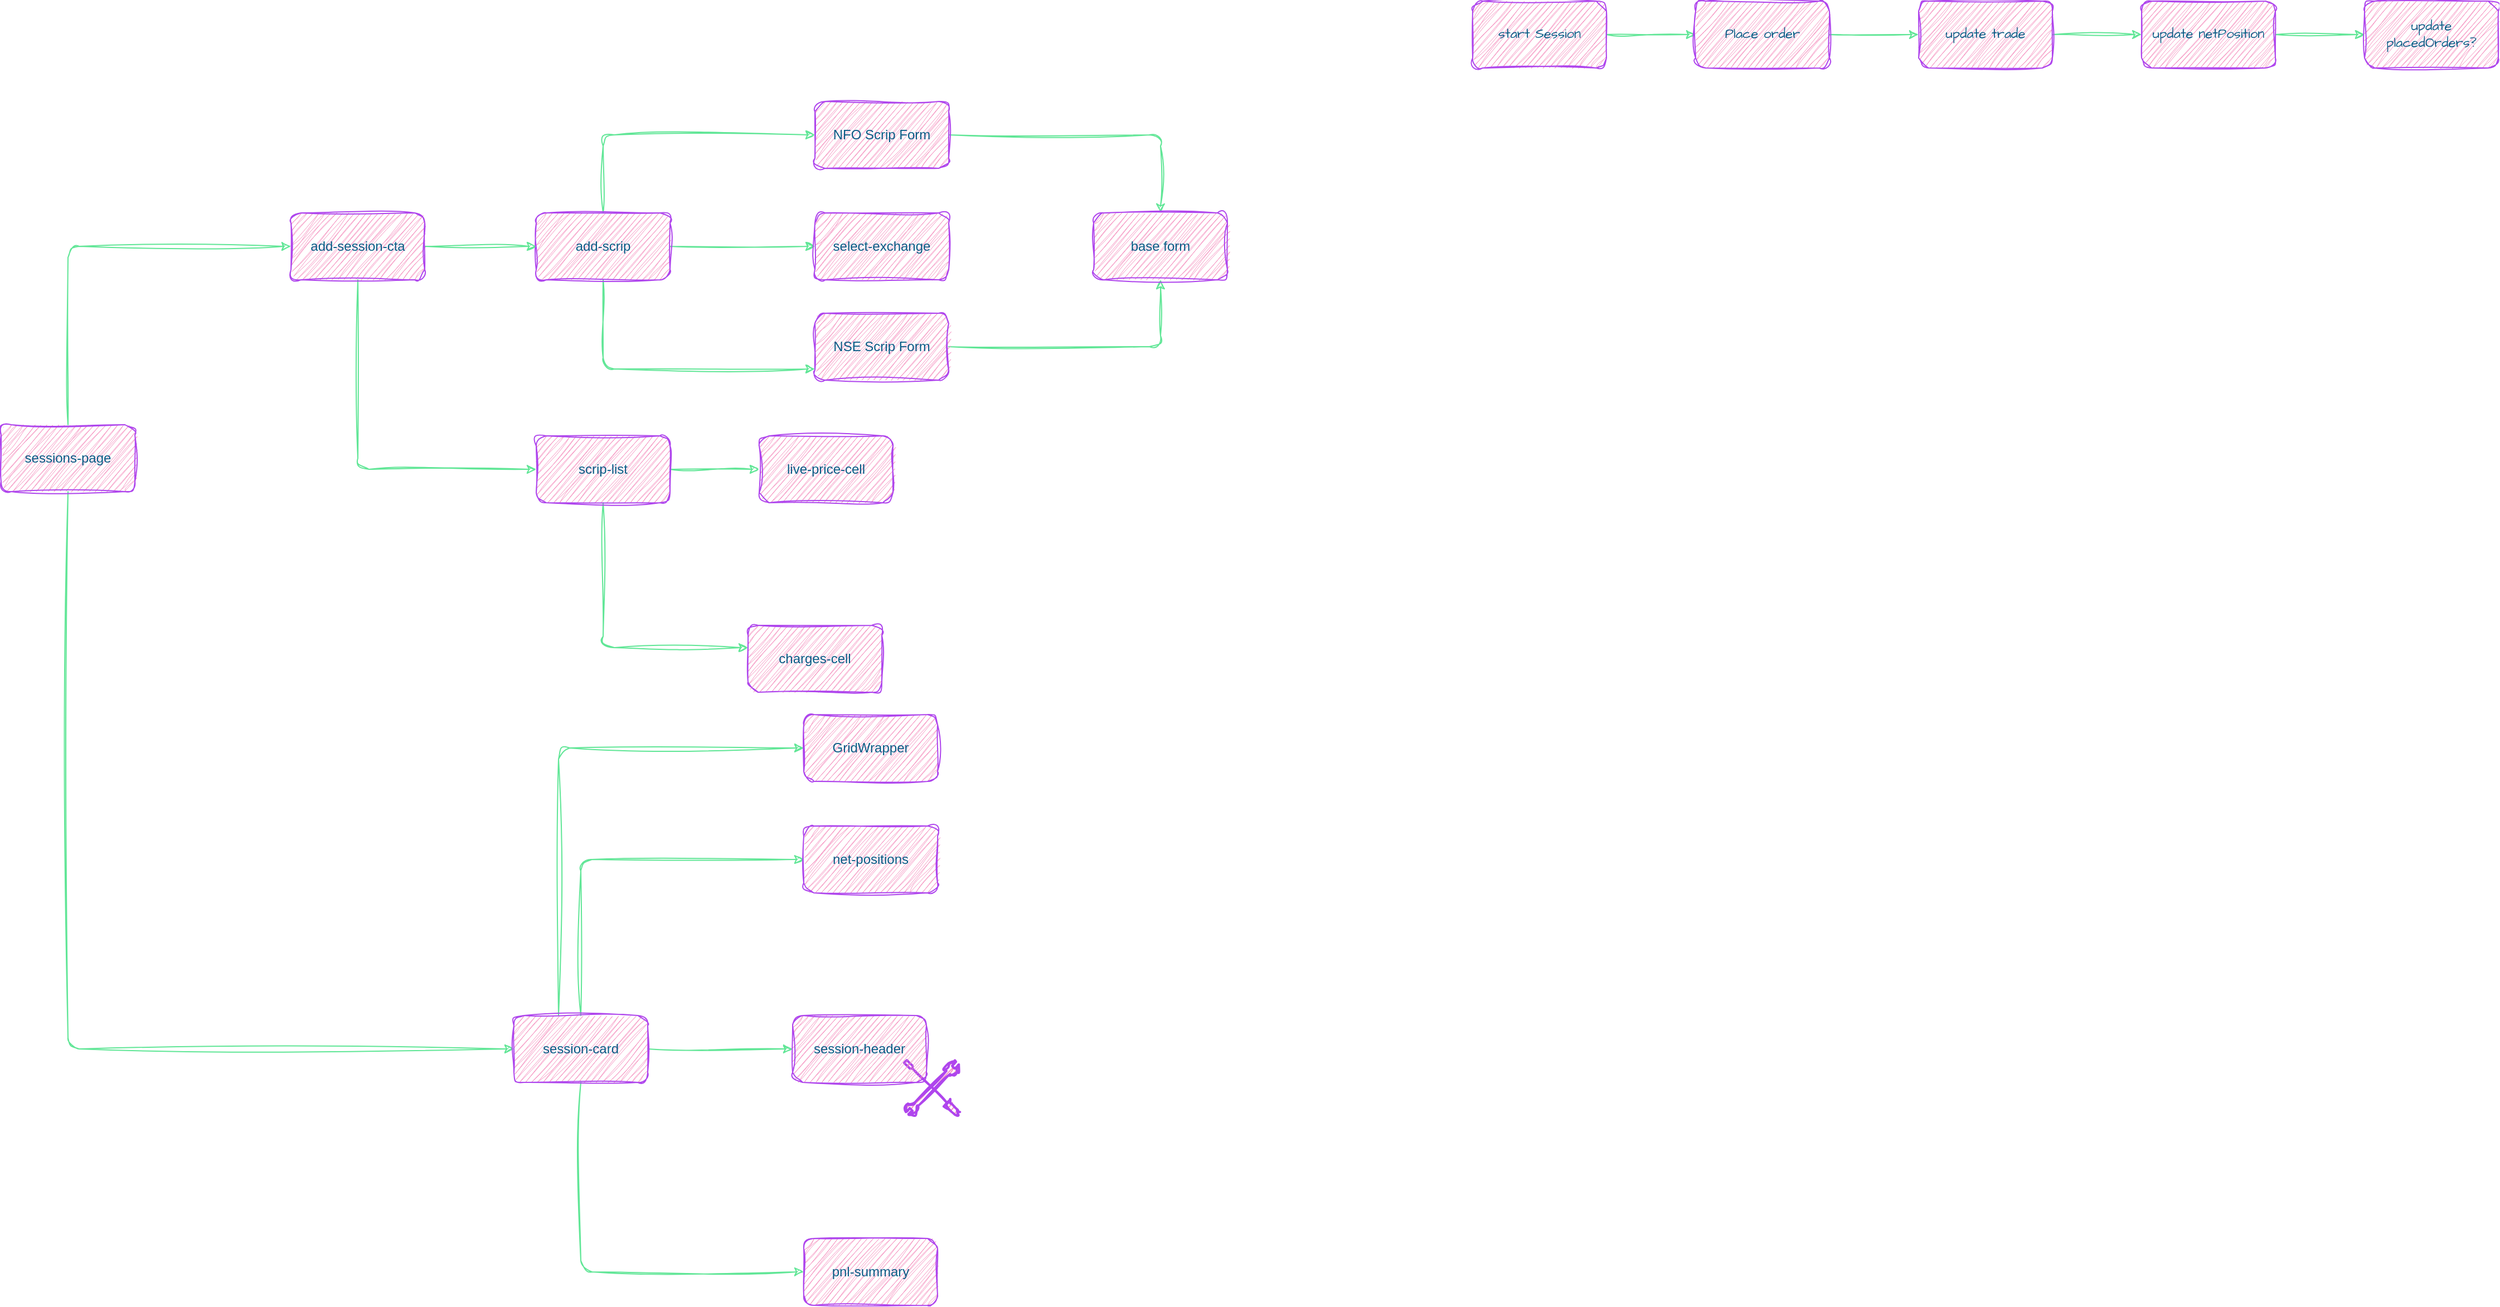
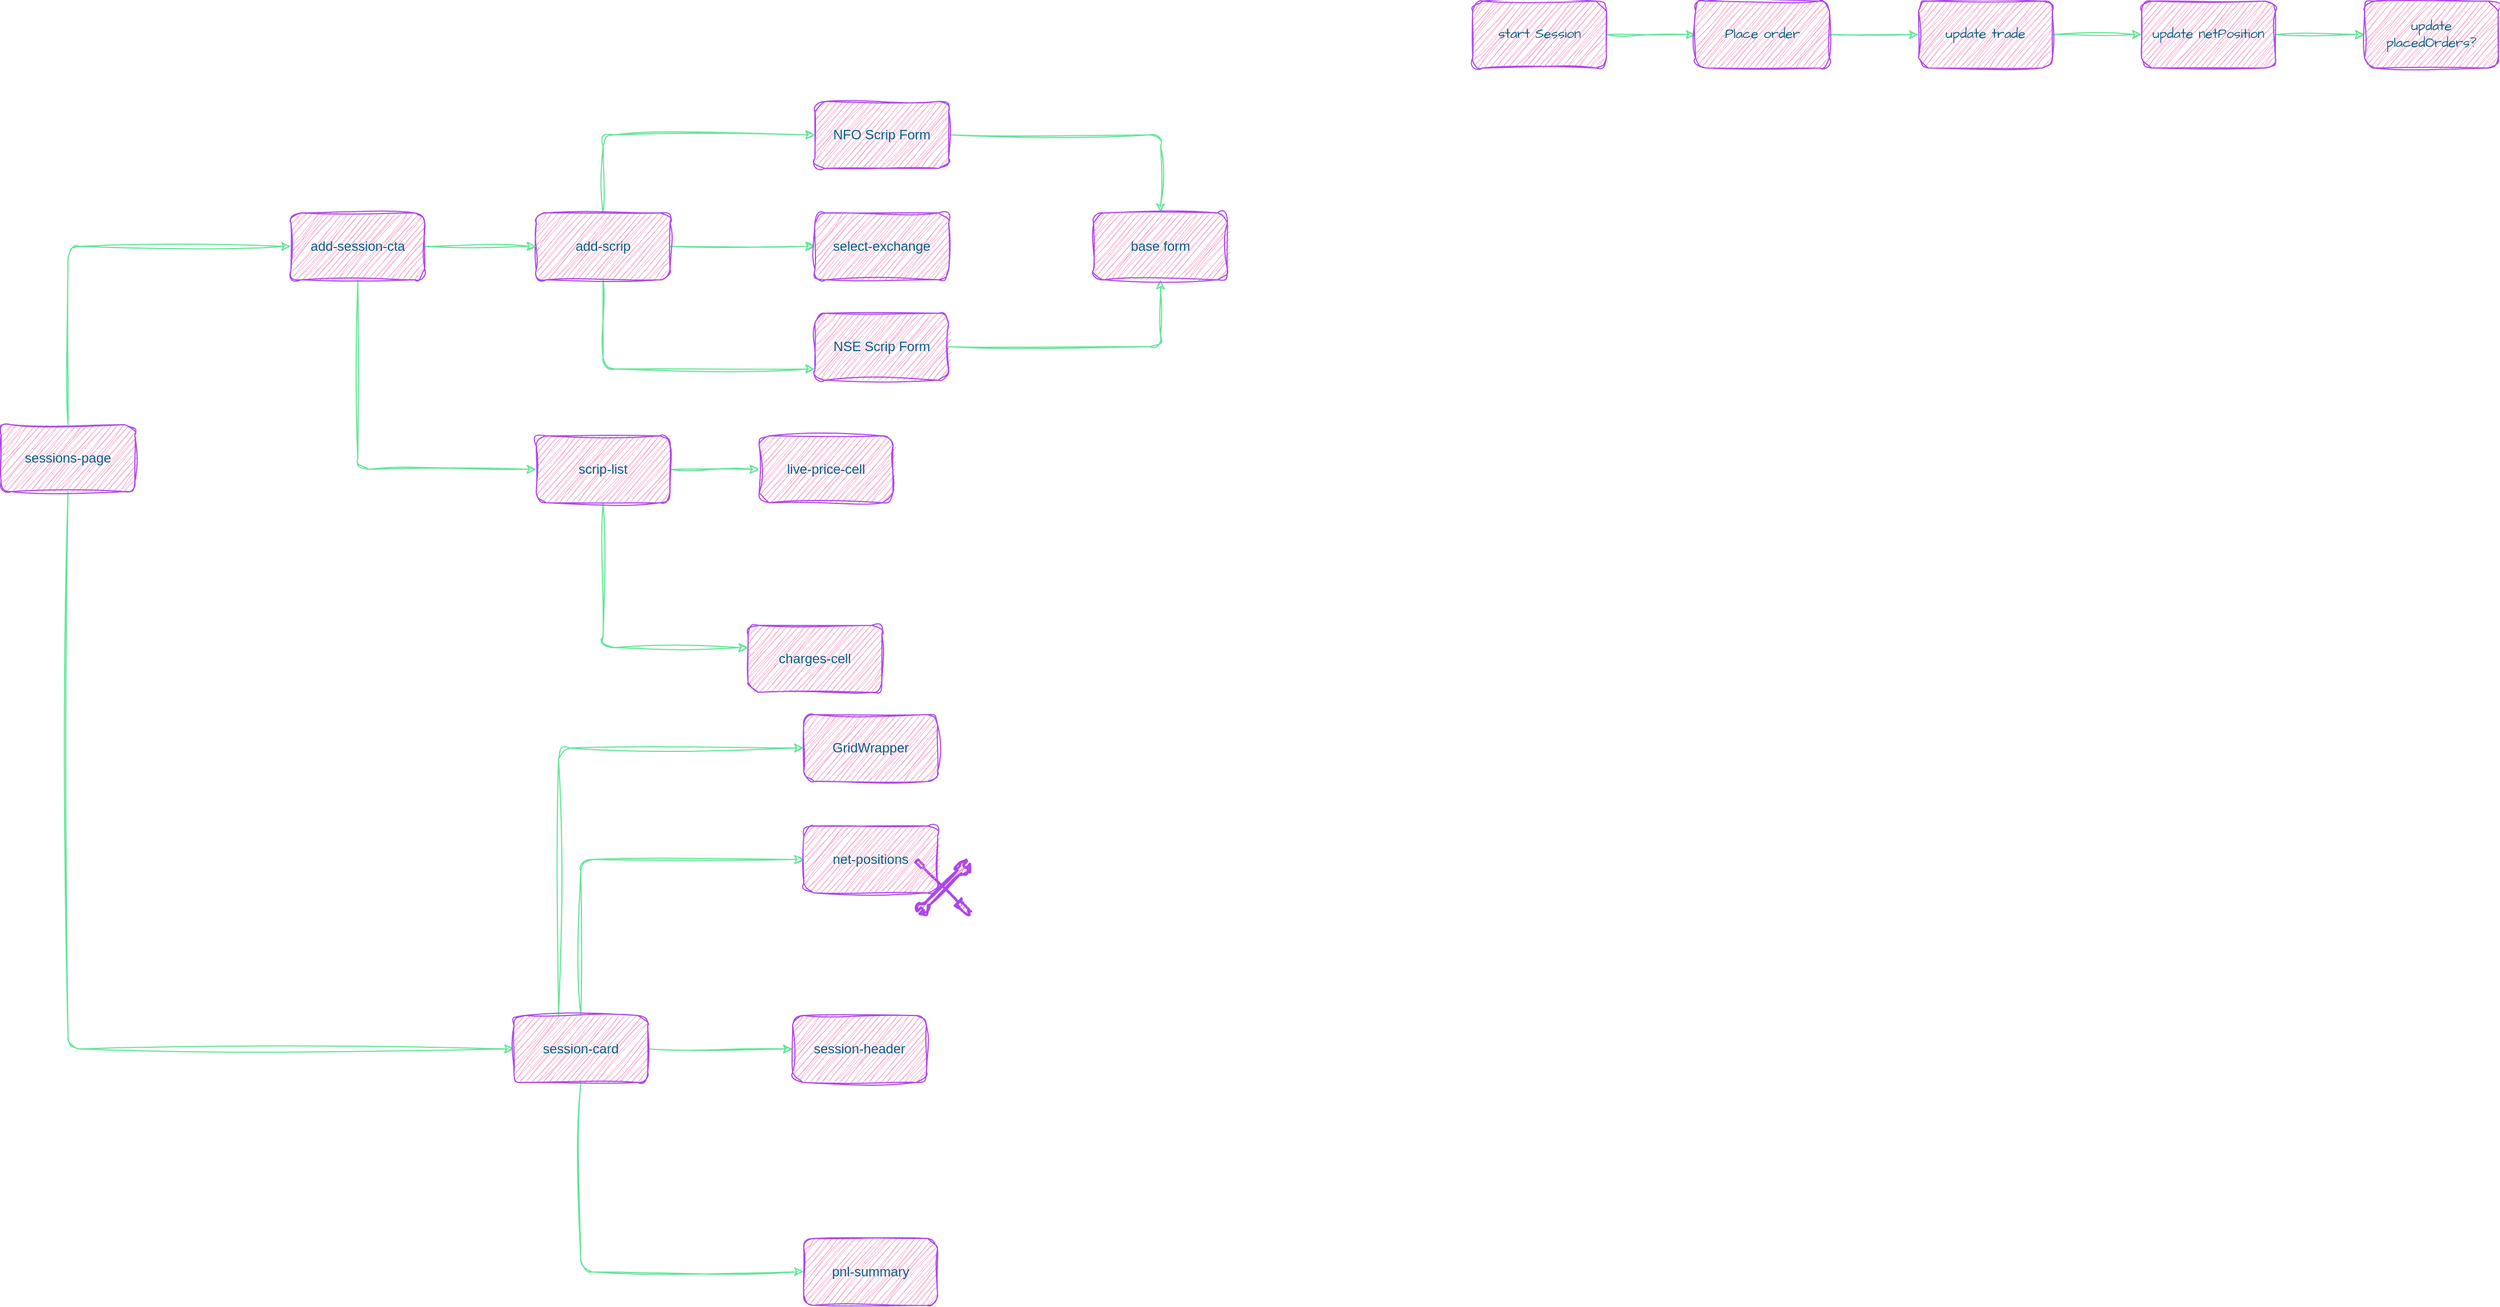
<mxfile host="app.diagrams.net" pages="5">
  <diagram id="wPQbEJP3DVO_ncDqMHqx" name="Sessions Page">
    <mxGraphModel dx="1887" dy="969" grid="1" gridSize="10" guides="1" tooltips="1" connect="1" arrows="1" fold="1" page="0" pageScale="1" pageWidth="402" pageHeight="874" math="0" shadow="0">
      <root>
        <mxCell id="0" />
        <mxCell id="1" parent="0" />
        <mxCell id="DB1AKVm6qyutKQlFYAWD-6" edge="1" parent="1" source="DB1AKVm6qyutKQlFYAWD-1" style="edgeStyle=orthogonalEdgeStyle;rounded=1;orthogonalLoop=1;jettySize=auto;html=1;sketch=1;curveFitting=1;jiggle=2;labelBackgroundColor=none;strokeColor=#60E696;fontColor=default;" target="DB1AKVm6qyutKQlFYAWD-5" value="">
          <mxGeometry relative="1" as="geometry" />
        </mxCell>
        <mxCell id="DB1AKVm6qyutKQlFYAWD-8" edge="1" parent="1" source="DB1AKVm6qyutKQlFYAWD-1" style="edgeStyle=orthogonalEdgeStyle;rounded=1;orthogonalLoop=1;jettySize=auto;html=1;sketch=1;curveFitting=1;jiggle=2;labelBackgroundColor=none;strokeColor=#60E696;fontColor=default;" target="DB1AKVm6qyutKQlFYAWD-7" value="">
          <mxGeometry relative="1" as="geometry">
            <Array as="points">
              <mxPoint x="120" y="270" />
            </Array>
          </mxGeometry>
        </mxCell>
        <mxCell id="DB1AKVm6qyutKQlFYAWD-10" edge="1" parent="1" source="DB1AKVm6qyutKQlFYAWD-1" style="edgeStyle=orthogonalEdgeStyle;rounded=1;orthogonalLoop=1;jettySize=auto;html=1;sketch=1;curveFitting=1;jiggle=2;labelBackgroundColor=none;strokeColor=#60E696;fontColor=default;" target="DB1AKVm6qyutKQlFYAWD-9" value="">
          <mxGeometry relative="1" as="geometry">
            <Array as="points">
              <mxPoint x="120" y="60" />
            </Array>
          </mxGeometry>
        </mxCell>
        <mxCell id="DB1AKVm6qyutKQlFYAWD-1" parent="1" style="rounded=1;whiteSpace=wrap;html=1;sketch=1;curveFitting=1;jiggle=2;labelBackgroundColor=none;fillColor=#F694C1;strokeColor=#AF45ED;fontColor=#095C86;" value="add-scrip" vertex="1">
          <mxGeometry height="60" width="120" x="60" y="130" as="geometry" />
        </mxCell>
        <mxCell id="DB1AKVm6qyutKQlFYAWD-4" edge="1" parent="1" source="DB1AKVm6qyutKQlFYAWD-3" style="edgeStyle=orthogonalEdgeStyle;rounded=1;orthogonalLoop=1;jettySize=auto;html=1;sketch=1;curveFitting=1;jiggle=2;labelBackgroundColor=none;strokeColor=#60E696;fontColor=default;" target="DB1AKVm6qyutKQlFYAWD-1" value="">
          <mxGeometry relative="1" as="geometry" />
        </mxCell>
        <mxCell id="DB1AKVm6qyutKQlFYAWD-12" edge="1" parent="1" source="DB1AKVm6qyutKQlFYAWD-3" style="edgeStyle=orthogonalEdgeStyle;rounded=1;orthogonalLoop=1;jettySize=auto;html=1;sketch=1;curveFitting=1;jiggle=2;labelBackgroundColor=none;strokeColor=#60E696;fontColor=default;" target="DB1AKVm6qyutKQlFYAWD-11" value="">
          <mxGeometry relative="1" as="geometry">
            <Array as="points">
              <mxPoint x="-100" y="360" />
            </Array>
          </mxGeometry>
        </mxCell>
        <mxCell id="DB1AKVm6qyutKQlFYAWD-3" parent="1" style="rounded=1;whiteSpace=wrap;html=1;sketch=1;curveFitting=1;jiggle=2;labelBackgroundColor=none;fillColor=#F694C1;strokeColor=#AF45ED;fontColor=#095C86;" value="add-session-cta" vertex="1">
          <mxGeometry height="60" width="120" x="-160" y="130" as="geometry" />
        </mxCell>
        <mxCell id="DB1AKVm6qyutKQlFYAWD-5" parent="1" style="whiteSpace=wrap;html=1;rounded=1;sketch=1;curveFitting=1;jiggle=2;labelBackgroundColor=none;fillColor=#F694C1;strokeColor=#AF45ED;fontColor=#095C86;" value="select-exchange" vertex="1">
          <mxGeometry height="60" width="120" x="310" y="130" as="geometry" />
        </mxCell>
        <mxCell id="ouMAoqMrmdJ_XqpmxOQB-3" edge="1" parent="1" source="DB1AKVm6qyutKQlFYAWD-7" style="edgeStyle=orthogonalEdgeStyle;rounded=1;sketch=1;hachureGap=4;jiggle=2;curveFitting=1;orthogonalLoop=1;jettySize=auto;html=1;fontFamily=Architects Daughter;fontSource=https%3A%2F%2Ffonts.googleapis.com%2Fcss%3Ffamily%3DArchitects%2BDaughter;labelBackgroundColor=none;strokeColor=#60E696;fontColor=default;" target="ouMAoqMrmdJ_XqpmxOQB-1">
          <mxGeometry relative="1" as="geometry" />
        </mxCell>
        <mxCell id="DB1AKVm6qyutKQlFYAWD-7" parent="1" style="whiteSpace=wrap;html=1;rounded=1;sketch=1;curveFitting=1;jiggle=2;labelBackgroundColor=none;fillColor=#F694C1;strokeColor=#AF45ED;fontColor=#095C86;" value="NSE Scrip Form" vertex="1">
          <mxGeometry height="60" width="120" x="310" y="220" as="geometry" />
        </mxCell>
        <mxCell id="ouMAoqMrmdJ_XqpmxOQB-2" edge="1" parent="1" source="DB1AKVm6qyutKQlFYAWD-9" style="edgeStyle=orthogonalEdgeStyle;rounded=1;sketch=1;hachureGap=4;jiggle=2;curveFitting=1;orthogonalLoop=1;jettySize=auto;html=1;fontFamily=Architects Daughter;fontSource=https%3A%2F%2Ffonts.googleapis.com%2Fcss%3Ffamily%3DArchitects%2BDaughter;labelBackgroundColor=none;strokeColor=#60E696;fontColor=default;" target="ouMAoqMrmdJ_XqpmxOQB-1" value="">
          <mxGeometry relative="1" as="geometry" />
        </mxCell>
        <mxCell id="DB1AKVm6qyutKQlFYAWD-9" parent="1" style="whiteSpace=wrap;html=1;rounded=1;sketch=1;curveFitting=1;jiggle=2;labelBackgroundColor=none;fillColor=#F694C1;strokeColor=#AF45ED;fontColor=#095C86;" value="NFO Scrip Form" vertex="1">
          <mxGeometry height="60" width="120" x="310" y="30" as="geometry" />
        </mxCell>
        <mxCell id="ouMAoqMrmdJ_XqpmxOQB-15" edge="1" parent="1" source="DB1AKVm6qyutKQlFYAWD-11" style="edgeStyle=orthogonalEdgeStyle;rounded=1;sketch=1;hachureGap=4;jiggle=2;curveFitting=1;orthogonalLoop=1;jettySize=auto;html=1;fontFamily=Architects Daughter;fontSource=https%3A%2F%2Ffonts.googleapis.com%2Fcss%3Ffamily%3DArchitects%2BDaughter;labelBackgroundColor=none;strokeColor=#60E696;fontColor=default;" target="ouMAoqMrmdJ_XqpmxOQB-14" value="">
          <mxGeometry relative="1" as="geometry" />
        </mxCell>
        <mxCell id="ouMAoqMrmdJ_XqpmxOQB-17" edge="1" parent="1" source="DB1AKVm6qyutKQlFYAWD-11" style="edgeStyle=orthogonalEdgeStyle;rounded=1;sketch=1;hachureGap=4;jiggle=2;curveFitting=1;orthogonalLoop=1;jettySize=auto;html=1;fontFamily=Architects Daughter;fontSource=https%3A%2F%2Ffonts.googleapis.com%2Fcss%3Ffamily%3DArchitects%2BDaughter;labelBackgroundColor=none;strokeColor=#60E696;fontColor=default;" target="ouMAoqMrmdJ_XqpmxOQB-16" value="">
          <mxGeometry relative="1" as="geometry">
            <Array as="points">
              <mxPoint x="120" y="520" />
            </Array>
          </mxGeometry>
        </mxCell>
        <mxCell id="DB1AKVm6qyutKQlFYAWD-11" parent="1" style="whiteSpace=wrap;html=1;rounded=1;sketch=1;curveFitting=1;jiggle=2;labelBackgroundColor=none;fillColor=#F694C1;strokeColor=#AF45ED;fontColor=#095C86;" value="scrip-list" vertex="1">
          <mxGeometry height="60" width="120" x="60" y="330" as="geometry" />
        </mxCell>
        <mxCell id="DB1AKVm6qyutKQlFYAWD-15" edge="1" parent="1" source="DB1AKVm6qyutKQlFYAWD-14" style="edgeStyle=orthogonalEdgeStyle;rounded=1;sketch=1;hachureGap=4;jiggle=2;curveFitting=1;orthogonalLoop=1;jettySize=auto;html=1;entryX=0;entryY=0.5;entryDx=0;entryDy=0;strokeColor=#60E696;fontFamily=Architects Daughter;fontSource=https%3A%2F%2Ffonts.googleapis.com%2Fcss%3Ffamily%3DArchitects%2BDaughter;fontColor=default;fillColor=#F694C1;labelBackgroundColor=none;" target="DB1AKVm6qyutKQlFYAWD-3">
          <mxGeometry relative="1" as="geometry">
            <Array as="points">
              <mxPoint x="-360" y="160" />
            </Array>
          </mxGeometry>
        </mxCell>
        <mxCell id="ouMAoqMrmdJ_XqpmxOQB-28" edge="1" parent="1" source="DB1AKVm6qyutKQlFYAWD-14" style="edgeStyle=orthogonalEdgeStyle;rounded=1;sketch=1;hachureGap=4;jiggle=2;curveFitting=1;orthogonalLoop=1;jettySize=auto;html=1;entryX=0;entryY=0.5;entryDx=0;entryDy=0;fontFamily=Architects Daughter;fontSource=https%3A%2F%2Ffonts.googleapis.com%2Fcss%3Ffamily%3DArchitects%2BDaughter;labelBackgroundColor=none;strokeColor=#60E696;fontColor=default;" target="ouMAoqMrmdJ_XqpmxOQB-19">
          <mxGeometry relative="1" as="geometry">
            <Array as="points">
              <mxPoint x="-360" y="880" />
            </Array>
          </mxGeometry>
        </mxCell>
        <mxCell id="DB1AKVm6qyutKQlFYAWD-14" parent="1" style="rounded=1;whiteSpace=wrap;html=1;sketch=1;curveFitting=1;jiggle=2;labelBackgroundColor=none;fillColor=#F694C1;strokeColor=#AF45ED;fontColor=#095C86;" value="sessions-page" vertex="1">
          <mxGeometry height="60" width="120" x="-420" y="320" as="geometry" />
        </mxCell>
        <mxCell id="ouMAoqMrmdJ_XqpmxOQB-1" parent="1" style="whiteSpace=wrap;html=1;fillColor=#F694C1;strokeColor=#AF45ED;fontColor=#095C86;rounded=1;sketch=1;curveFitting=1;jiggle=2;labelBackgroundColor=none;" value="base form" vertex="1">
          <mxGeometry height="60" width="120" x="560" y="130" as="geometry" />
        </mxCell>
        <mxCell id="ouMAoqMrmdJ_XqpmxOQB-6" edge="1" parent="1" source="ouMAoqMrmdJ_XqpmxOQB-4" style="edgeStyle=orthogonalEdgeStyle;rounded=1;sketch=1;hachureGap=4;jiggle=2;curveFitting=1;orthogonalLoop=1;jettySize=auto;html=1;fontFamily=Architects Daughter;fontSource=https%3A%2F%2Ffonts.googleapis.com%2Fcss%3Ffamily%3DArchitects%2BDaughter;labelBackgroundColor=none;strokeColor=#60E696;fontColor=default;" target="ouMAoqMrmdJ_XqpmxOQB-5" value="">
          <mxGeometry relative="1" as="geometry" />
        </mxCell>
        <mxCell id="ouMAoqMrmdJ_XqpmxOQB-4" parent="1" style="whiteSpace=wrap;html=1;sketch=1;hachureGap=4;jiggle=2;curveFitting=1;fontFamily=Architects Daughter;fontSource=https%3A%2F%2Ffonts.googleapis.com%2Fcss%3Ffamily%3DArchitects%2BDaughter;labelBackgroundColor=none;fillColor=#F694C1;strokeColor=#AF45ED;fontColor=#095C86;rounded=1;" value="start Session" vertex="1">
          <mxGeometry height="60" width="120" x="900" y="-60" as="geometry" />
        </mxCell>
        <mxCell id="ouMAoqMrmdJ_XqpmxOQB-8" edge="1" parent="1" source="ouMAoqMrmdJ_XqpmxOQB-5" style="edgeStyle=orthogonalEdgeStyle;rounded=1;sketch=1;hachureGap=4;jiggle=2;curveFitting=1;orthogonalLoop=1;jettySize=auto;html=1;fontFamily=Architects Daughter;fontSource=https%3A%2F%2Ffonts.googleapis.com%2Fcss%3Ffamily%3DArchitects%2BDaughter;labelBackgroundColor=none;strokeColor=#60E696;fontColor=default;" target="ouMAoqMrmdJ_XqpmxOQB-7" value="">
          <mxGeometry relative="1" as="geometry" />
        </mxCell>
        <mxCell id="ouMAoqMrmdJ_XqpmxOQB-5" parent="1" style="whiteSpace=wrap;html=1;fontFamily=Architects Daughter;sketch=1;hachureGap=4;jiggle=2;curveFitting=1;fontSource=https%3A%2F%2Ffonts.googleapis.com%2Fcss%3Ffamily%3DArchitects%2BDaughter;labelBackgroundColor=none;fillColor=#F694C1;strokeColor=#AF45ED;fontColor=#095C86;rounded=1;" value="Place order" vertex="1">
          <mxGeometry height="60" width="120" x="1100" y="-60" as="geometry" />
        </mxCell>
        <mxCell id="ouMAoqMrmdJ_XqpmxOQB-10" edge="1" parent="1" source="ouMAoqMrmdJ_XqpmxOQB-7" style="edgeStyle=orthogonalEdgeStyle;rounded=1;sketch=1;hachureGap=4;jiggle=2;curveFitting=1;orthogonalLoop=1;jettySize=auto;html=1;fontFamily=Architects Daughter;fontSource=https%3A%2F%2Ffonts.googleapis.com%2Fcss%3Ffamily%3DArchitects%2BDaughter;labelBackgroundColor=none;strokeColor=#60E696;fontColor=default;" target="ouMAoqMrmdJ_XqpmxOQB-9" value="">
          <mxGeometry relative="1" as="geometry" />
        </mxCell>
        <mxCell id="ouMAoqMrmdJ_XqpmxOQB-7" parent="1" style="whiteSpace=wrap;html=1;fontFamily=Architects Daughter;sketch=1;hachureGap=4;jiggle=2;curveFitting=1;fontSource=https%3A%2F%2Ffonts.googleapis.com%2Fcss%3Ffamily%3DArchitects%2BDaughter;labelBackgroundColor=none;fillColor=#F694C1;strokeColor=#AF45ED;fontColor=#095C86;rounded=1;" value="update trade" vertex="1">
          <mxGeometry height="60" width="120" x="1300" y="-60" as="geometry" />
        </mxCell>
        <mxCell id="ouMAoqMrmdJ_XqpmxOQB-12" edge="1" parent="1" source="ouMAoqMrmdJ_XqpmxOQB-9" style="edgeStyle=orthogonalEdgeStyle;rounded=1;sketch=1;hachureGap=4;jiggle=2;curveFitting=1;orthogonalLoop=1;jettySize=auto;html=1;fontFamily=Architects Daughter;fontSource=https%3A%2F%2Ffonts.googleapis.com%2Fcss%3Ffamily%3DArchitects%2BDaughter;labelBackgroundColor=none;strokeColor=#60E696;fontColor=default;" target="ouMAoqMrmdJ_XqpmxOQB-11" value="">
          <mxGeometry relative="1" as="geometry" />
        </mxCell>
        <mxCell id="ouMAoqMrmdJ_XqpmxOQB-9" parent="1" style="whiteSpace=wrap;html=1;fontFamily=Architects Daughter;sketch=1;hachureGap=4;jiggle=2;curveFitting=1;fontSource=https%3A%2F%2Ffonts.googleapis.com%2Fcss%3Ffamily%3DArchitects%2BDaughter;labelBackgroundColor=none;fillColor=#F694C1;strokeColor=#AF45ED;fontColor=#095C86;rounded=1;" value="update netPosition" vertex="1">
          <mxGeometry height="60" width="120" x="1500" y="-60" as="geometry" />
        </mxCell>
        <mxCell id="ouMAoqMrmdJ_XqpmxOQB-11" parent="1" style="whiteSpace=wrap;html=1;fontFamily=Architects Daughter;sketch=1;hachureGap=4;jiggle=2;curveFitting=1;fontSource=https%3A%2F%2Ffonts.googleapis.com%2Fcss%3Ffamily%3DArchitects%2BDaughter;labelBackgroundColor=none;fillColor=#F694C1;strokeColor=#AF45ED;fontColor=#095C86;rounded=1;" value="update placedOrders?" vertex="1">
          <mxGeometry height="60" width="120" x="1700" y="-60" as="geometry" />
        </mxCell>
        <mxCell id="ouMAoqMrmdJ_XqpmxOQB-13" parent="1" style="html=1;verticalLabelPosition=bottom;align=center;labelBackgroundColor=none;verticalAlign=top;strokeWidth=2;strokeColor=#AF45ED;shadow=0;dashed=0;shape=mxgraph.ios7.icons.tools;pointerEvents=1;sketch=1;hachureGap=4;jiggle=2;curveFitting=1;fontFamily=Architects Daughter;fontSource=https%3A%2F%2Ffonts.googleapis.com%2Fcss%3Ffamily%3DArchitects%2BDaughter;fillColor=#F694C1;fontColor=#095C86;rounded=1;" value="" vertex="1">
-           <mxGeometry height="50" width="50" x="390" y="890" as="geometry" />
+           <mxGeometry height="50" width="50" x="400" y="710" as="geometry" />
        </mxCell>
        <mxCell id="ouMAoqMrmdJ_XqpmxOQB-14" parent="1" style="whiteSpace=wrap;html=1;fillColor=#F694C1;strokeColor=#AF45ED;fontColor=#095C86;rounded=1;sketch=1;curveFitting=1;jiggle=2;labelBackgroundColor=none;" value="live-price-cell" vertex="1">
          <mxGeometry height="60" width="120" x="260" y="330" as="geometry" />
        </mxCell>
        <mxCell id="ouMAoqMrmdJ_XqpmxOQB-16" parent="1" style="whiteSpace=wrap;html=1;fillColor=#F694C1;strokeColor=#AF45ED;fontColor=#095C86;rounded=1;sketch=1;curveFitting=1;jiggle=2;labelBackgroundColor=none;" value="charges-cell" vertex="1">
          <mxGeometry height="60" width="120" x="250" y="500" as="geometry" />
        </mxCell>
        <mxCell id="ouMAoqMrmdJ_XqpmxOQB-22" edge="1" parent="1" source="ouMAoqMrmdJ_XqpmxOQB-19" style="edgeStyle=orthogonalEdgeStyle;rounded=1;sketch=1;hachureGap=4;jiggle=2;curveFitting=1;orthogonalLoop=1;jettySize=auto;html=1;fontFamily=Architects Daughter;fontSource=https%3A%2F%2Ffonts.googleapis.com%2Fcss%3Ffamily%3DArchitects%2BDaughter;labelBackgroundColor=none;strokeColor=#60E696;fontColor=default;" target="ouMAoqMrmdJ_XqpmxOQB-21" value="">
          <mxGeometry relative="1" as="geometry" />
        </mxCell>
        <mxCell id="ouMAoqMrmdJ_XqpmxOQB-25" edge="1" parent="1" source="ouMAoqMrmdJ_XqpmxOQB-19" style="edgeStyle=orthogonalEdgeStyle;rounded=1;sketch=1;hachureGap=4;jiggle=2;curveFitting=1;orthogonalLoop=1;jettySize=auto;html=1;entryX=0;entryY=0.5;entryDx=0;entryDy=0;fontFamily=Architects Daughter;fontSource=https%3A%2F%2Ffonts.googleapis.com%2Fcss%3Ffamily%3DArchitects%2BDaughter;labelBackgroundColor=none;strokeColor=#60E696;fontColor=default;" target="ouMAoqMrmdJ_XqpmxOQB-23">
          <mxGeometry relative="1" as="geometry">
            <Array as="points">
              <mxPoint x="100" y="710" />
            </Array>
          </mxGeometry>
        </mxCell>
        <mxCell id="ouMAoqMrmdJ_XqpmxOQB-27" edge="1" parent="1" source="ouMAoqMrmdJ_XqpmxOQB-19" style="edgeStyle=orthogonalEdgeStyle;rounded=1;sketch=1;hachureGap=4;jiggle=2;curveFitting=1;orthogonalLoop=1;jettySize=auto;html=1;fontFamily=Architects Daughter;fontSource=https%3A%2F%2Ffonts.googleapis.com%2Fcss%3Ffamily%3DArchitects%2BDaughter;labelBackgroundColor=none;strokeColor=#60E696;fontColor=default;" target="ouMAoqMrmdJ_XqpmxOQB-26" value="">
          <mxGeometry relative="1" as="geometry">
            <Array as="points">
              <mxPoint x="100" y="1080" />
            </Array>
          </mxGeometry>
        </mxCell>
        <mxCell id="ouMAoqMrmdJ_XqpmxOQB-30" edge="1" parent="1" source="ouMAoqMrmdJ_XqpmxOQB-19" style="edgeStyle=orthogonalEdgeStyle;rounded=1;sketch=1;hachureGap=4;jiggle=2;curveFitting=1;orthogonalLoop=1;jettySize=auto;html=1;strokeColor=#60E696;fontFamily=Architects Daughter;fontSource=https%3A%2F%2Ffonts.googleapis.com%2Fcss%3Ffamily%3DArchitects%2BDaughter;fontColor=#095C86;fillColor=#F694C1;" target="ouMAoqMrmdJ_XqpmxOQB-29" value="">
          <mxGeometry relative="1" as="geometry">
            <Array as="points">
              <mxPoint x="80" y="610" />
            </Array>
          </mxGeometry>
        </mxCell>
        <mxCell id="ouMAoqMrmdJ_XqpmxOQB-19" parent="1" style="whiteSpace=wrap;html=1;fillColor=#F694C1;strokeColor=#AF45ED;fontColor=#095C86;rounded=1;sketch=1;curveFitting=1;jiggle=2;labelBackgroundColor=none;" value="session-card" vertex="1">
          <mxGeometry height="60" width="120" x="40" y="850" as="geometry" />
        </mxCell>
        <mxCell id="ouMAoqMrmdJ_XqpmxOQB-21" parent="1" style="whiteSpace=wrap;html=1;fillColor=#F694C1;strokeColor=#AF45ED;fontColor=#095C86;rounded=1;sketch=1;curveFitting=1;jiggle=2;labelBackgroundColor=none;" value="session-header" vertex="1">
          <mxGeometry height="60" width="120" x="290" y="850" as="geometry" />
        </mxCell>
        <mxCell id="ouMAoqMrmdJ_XqpmxOQB-23" parent="1" style="whiteSpace=wrap;html=1;fillColor=#F694C1;strokeColor=#AF45ED;fontColor=#095C86;rounded=1;sketch=1;curveFitting=1;jiggle=2;labelBackgroundColor=none;" value="net-positions" vertex="1">
          <mxGeometry height="60" width="120" x="300" y="680" as="geometry" />
        </mxCell>
        <mxCell id="ouMAoqMrmdJ_XqpmxOQB-26" parent="1" style="whiteSpace=wrap;html=1;fillColor=#F694C1;strokeColor=#AF45ED;fontColor=#095C86;rounded=1;sketch=1;curveFitting=1;jiggle=2;labelBackgroundColor=none;" value="pnl-summary" vertex="1">
          <mxGeometry height="60" width="120" x="300" y="1050" as="geometry" />
        </mxCell>
        <mxCell id="ouMAoqMrmdJ_XqpmxOQB-29" parent="1" style="whiteSpace=wrap;html=1;fillColor=#F694C1;strokeColor=#AF45ED;fontColor=#095C86;rounded=1;sketch=1;curveFitting=1;jiggle=2;labelBackgroundColor=none;" value="GridWrapper" vertex="1">
          <mxGeometry height="60" width="120" x="300" y="580" as="geometry" />
        </mxCell>
      </root>
    </mxGraphModel>
  </diagram>
  <diagram id="YVkBlKKJ4RNEtawBKbZk" name="Session">
    <mxGraphModel dx="1357" dy="626" grid="1" gridSize="10" guides="1" tooltips="1" connect="1" arrows="1" fold="1" page="0" pageScale="1" pageWidth="402" pageHeight="874" math="0" shadow="0">
      <root>
        <mxCell id="0" />
        <mxCell id="1" parent="0" />
        <mxCell id="b8iQl_XISdQ6rZ6kNcMQ-3" edge="1" parent="1" source="b8iQl_XISdQ6rZ6kNcMQ-1" style="edgeStyle=orthogonalEdgeStyle;rounded=0;orthogonalLoop=1;jettySize=auto;html=1;" target="b8iQl_XISdQ6rZ6kNcMQ-2" value="">
          <mxGeometry relative="1" as="geometry" />
        </mxCell>
        <mxCell id="b8iQl_XISdQ6rZ6kNcMQ-1" parent="1" style="rounded=1;whiteSpace=wrap;html=1;" value="start session" vertex="1">
          <mxGeometry height="60" width="120" x="-200" y="80" as="geometry" />
        </mxCell>
        <mxCell id="b8iQl_XISdQ6rZ6kNcMQ-5" edge="1" parent="1" source="b8iQl_XISdQ6rZ6kNcMQ-2" style="edgeStyle=orthogonalEdgeStyle;rounded=0;orthogonalLoop=1;jettySize=auto;html=1;" target="b8iQl_XISdQ6rZ6kNcMQ-4" value="">
          <mxGeometry relative="1" as="geometry" />
        </mxCell>
        <mxCell id="b8iQl_XISdQ6rZ6kNcMQ-2" parent="1" style="whiteSpace=wrap;html=1;rounded=1;" value="place orders&amp;nbsp;&lt;br&gt;(all or none)" vertex="1">
          <mxGeometry height="60" width="120" y="80" as="geometry" />
        </mxCell>
        <mxCell id="b8iQl_XISdQ6rZ6kNcMQ-7" edge="1" parent="1" source="b8iQl_XISdQ6rZ6kNcMQ-4" style="edgeStyle=orthogonalEdgeStyle;rounded=0;orthogonalLoop=1;jettySize=auto;html=1;" target="b8iQl_XISdQ6rZ6kNcMQ-6" value="">
          <mxGeometry relative="1" as="geometry" />
        </mxCell>
        <mxCell id="b8iQl_XISdQ6rZ6kNcMQ-4" parent="1" style="whiteSpace=wrap;html=1;rounded=1;" value="update margins" vertex="1">
          <mxGeometry height="60" width="120" x="200" y="80" as="geometry" />
        </mxCell>
        <mxCell id="b8iQl_XISdQ6rZ6kNcMQ-6" parent="1" style="whiteSpace=wrap;html=1;rounded=1;" value="create session" vertex="1">
          <mxGeometry height="60" width="120" x="200" y="200" as="geometry" />
        </mxCell>
        <mxCell id="b8iQl_XISdQ6rZ6kNcMQ-8" parent="1" style="rounded=1;whiteSpace=wrap;html=1;fillColor=#fff2cc;strokeColor=#d6b656;" value="firebase" vertex="1">
          <mxGeometry height="40" width="80" x="300" y="190" as="geometry" />
        </mxCell>
        <mxCell id="b8iQl_XISdQ6rZ6kNcMQ-9" parent="1" style="rounded=1;whiteSpace=wrap;html=1;fillColor=#fff2cc;strokeColor=#d6b656;" value="kite" vertex="1">
          <mxGeometry height="40" width="80" x="80" y="50" as="geometry" />
        </mxCell>
        <mxCell id="b8iQl_XISdQ6rZ6kNcMQ-10" parent="1" style="rounded=1;whiteSpace=wrap;html=1;fillColor=#fff2cc;strokeColor=#d6b656;" value="firebase" vertex="1">
          <mxGeometry height="40" width="80" x="290" y="60" as="geometry" />
        </mxCell>
      </root>
    </mxGraphModel>
  </diagram>
  <diagram id="4KjMPYYtLXdBkkJX1B08" name="Auth">
    <mxGraphModel dx="1276" dy="835" grid="0" gridSize="10" guides="1" tooltips="1" connect="1" arrows="1" fold="1" page="0" pageScale="1" pageWidth="402" pageHeight="874" math="0" shadow="0">
      <root>
        <mxCell id="0" />
        <mxCell id="1" parent="0" />
        <mxCell id="pPH6oVQiPgVcm9OUePWL-3" edge="1" parent="1" source="pPH6oVQiPgVcm9OUePWL-1" style="edgeStyle=orthogonalEdgeStyle;rounded=0;orthogonalLoop=1;jettySize=auto;html=1;" target="pPH6oVQiPgVcm9OUePWL-2" value="">
          <mxGeometry relative="1" as="geometry" />
        </mxCell>
        <mxCell id="pPH6oVQiPgVcm9OUePWL-1" parent="1" style="rounded=1;whiteSpace=wrap;html=1;" value="User clicks &quot;Login&quot; Button" vertex="1">
          <mxGeometry height="60" width="120" x="23" y="101" as="geometry" />
        </mxCell>
        <mxCell id="pPH6oVQiPgVcm9OUePWL-5" edge="1" parent="1" source="pPH6oVQiPgVcm9OUePWL-2" style="edgeStyle=orthogonalEdgeStyle;rounded=0;orthogonalLoop=1;jettySize=auto;html=1;" target="pPH6oVQiPgVcm9OUePWL-4" value="">
          <mxGeometry relative="1" as="geometry" />
        </mxCell>
        <mxCell id="pPH6oVQiPgVcm9OUePWL-2" parent="1" style="whiteSpace=wrap;html=1;rounded=1;" value="Open the Login URL" vertex="1">
          <mxGeometry height="60" width="120" x="223" y="101" as="geometry" />
        </mxCell>
        <mxCell id="pPH6oVQiPgVcm9OUePWL-7" edge="1" parent="1" source="pPH6oVQiPgVcm9OUePWL-4" style="edgeStyle=orthogonalEdgeStyle;rounded=0;orthogonalLoop=1;jettySize=auto;html=1;" target="pPH6oVQiPgVcm9OUePWL-6" value="">
          <mxGeometry relative="1" as="geometry" />
        </mxCell>
        <mxCell id="pPH6oVQiPgVcm9OUePWL-4" parent="1" style="whiteSpace=wrap;html=1;rounded=1;" value="User logins to Zerodha" vertex="1">
          <mxGeometry height="60" width="120" x="423" y="101" as="geometry" />
        </mxCell>
        <mxCell id="pPH6oVQiPgVcm9OUePWL-9" edge="1" parent="1" source="pPH6oVQiPgVcm9OUePWL-6" style="edgeStyle=orthogonalEdgeStyle;rounded=0;orthogonalLoop=1;jettySize=auto;html=1;" target="pPH6oVQiPgVcm9OUePWL-8" value="">
          <mxGeometry relative="1" as="geometry" />
        </mxCell>
        <mxCell id="pPH6oVQiPgVcm9OUePWL-6" parent="1" style="whiteSpace=wrap;html=1;rounded=1;" value="Redirected to callback URL with request_token&lt;br&gt;&lt;b&gt;http://localhost:3000/api/auth/kite/callback&lt;/b&gt;" vertex="1">
          <mxGeometry height="60" width="262" x="352" y="244" as="geometry" />
        </mxCell>
        <mxCell id="pPH6oVQiPgVcm9OUePWL-13" edge="1" parent="1" source="pPH6oVQiPgVcm9OUePWL-8" style="edgeStyle=orthogonalEdgeStyle;rounded=0;orthogonalLoop=1;jettySize=auto;html=1;" target="pPH6oVQiPgVcm9OUePWL-12" value="">
          <mxGeometry relative="1" as="geometry" />
        </mxCell>
        <mxCell id="pPH6oVQiPgVcm9OUePWL-8" parent="1" style="whiteSpace=wrap;html=1;rounded=1;" value="In loader for this route, generate the session" vertex="1">
          <mxGeometry height="60" width="120" x="17" y="244" as="geometry" />
        </mxCell>
        <mxCell id="pPH6oVQiPgVcm9OUePWL-15" edge="1" parent="1" source="pPH6oVQiPgVcm9OUePWL-12" style="edgeStyle=orthogonalEdgeStyle;rounded=0;orthogonalLoop=1;jettySize=auto;html=1;" target="pPH6oVQiPgVcm9OUePWL-14" value="">
          <mxGeometry relative="1" as="geometry" />
        </mxCell>
        <mxCell id="pPH6oVQiPgVcm9OUePWL-12" parent="1" style="whiteSpace=wrap;html=1;rounded=1;" value="Serialize and save the access token in cookie" vertex="1">
          <mxGeometry height="60" width="120" x="17" y="384" as="geometry" />
        </mxCell>
        <mxCell id="pPH6oVQiPgVcm9OUePWL-17" edge="1" parent="1" source="pPH6oVQiPgVcm9OUePWL-14" style="edgeStyle=orthogonalEdgeStyle;rounded=0;orthogonalLoop=1;jettySize=auto;html=1;" target="pPH6oVQiPgVcm9OUePWL-16" value="">
          <mxGeometry relative="1" as="geometry" />
        </mxCell>
        <mxCell id="pPH6oVQiPgVcm9OUePWL-14" parent="1" style="whiteSpace=wrap;html=1;rounded=1;" value="redirect to /dashboard" vertex="1">
          <mxGeometry height="60" width="120" x="217" y="384" as="geometry" />
        </mxCell>
        <mxCell id="pPH6oVQiPgVcm9OUePWL-19" edge="1" parent="1" source="pPH6oVQiPgVcm9OUePWL-16" style="edgeStyle=orthogonalEdgeStyle;rounded=0;orthogonalLoop=1;jettySize=auto;html=1;" target="pPH6oVQiPgVcm9OUePWL-18" value="">
          <mxGeometry relative="1" as="geometry" />
        </mxCell>
        <mxCell id="pPH6oVQiPgVcm9OUePWL-16" parent="1" style="whiteSpace=wrap;html=1;rounded=1;" value="in dashboard loader, get the access token from the cookie and send it to client" vertex="1">
          <mxGeometry height="60" width="120" x="417" y="384" as="geometry" />
        </mxCell>
        <mxCell id="pPH6oVQiPgVcm9OUePWL-21" edge="1" parent="1" source="pPH6oVQiPgVcm9OUePWL-18" style="edgeStyle=orthogonalEdgeStyle;rounded=0;orthogonalLoop=1;jettySize=auto;html=1;" target="pPH6oVQiPgVcm9OUePWL-20" value="">
          <mxGeometry relative="1" as="geometry" />
        </mxCell>
        <mxCell id="pPH6oVQiPgVcm9OUePWL-18" parent="1" style="whiteSpace=wrap;html=1;rounded=1;" value="front-end creates the kc client with api_key and access_token.&amp;nbsp;&amp;nbsp;" vertex="1">
          <mxGeometry height="60" width="120" x="617" y="384" as="geometry" />
        </mxCell>
        <mxCell id="pPH6oVQiPgVcm9OUePWL-20" parent="1" style="whiteSpace=wrap;html=1;rounded=1;" value="use kc client for calling Kite APIs" vertex="1">
          <mxGeometry height="60" width="120" x="617" y="524" as="geometry" />
        </mxCell>
      </root>
    </mxGraphModel>
  </diagram>
  <diagram name="UI/UX" id="5MV4RERJIjpIYta4IkZD">
    <mxGraphModel dx="3134" dy="2189" grid="0" gridSize="10" guides="1" tooltips="1" connect="1" arrows="1" fold="1" page="0" pageScale="1" pageWidth="402" pageHeight="874" background="#ffffff" math="0" shadow="0">
      <root>
        <mxCell id="0" />
        <mxCell id="1" parent="0" />
        <mxCell id="ExlUUjPYo0Ii6ma58Pc_-14" parent="1" style="rounded=1;whiteSpace=wrap;html=1;" value="" vertex="1">
          <mxGeometry height="321" width="1097" x="-296" y="-20" as="geometry" />
        </mxCell>
        <mxCell id="ExlUUjPYo0Ii6ma58Pc_-13" parent="1" style="rounded=1;whiteSpace=wrap;html=1;" value="" vertex="1">
          <mxGeometry height="321" width="1097" x="-287" y="732" as="geometry" />
        </mxCell>
        <mxCell id="iMmVTYed4h1aN_pzg3ix-1" parent="1" style="text;html=1;whiteSpace=wrap;strokeColor=none;fillColor=none;align=center;verticalAlign=middle;rounded=0;fontStyle=1;fontSize=48;fontColor=light-dark(#7a7978, #ededed);" value="Net Qty." vertex="1">
          <mxGeometry height="59" width="60" x="-120" y="72" as="geometry" />
        </mxCell>
        <mxCell id="iMmVTYed4h1aN_pzg3ix-2" parent="1" style="text;html=1;whiteSpace=wrap;strokeColor=none;fillColor=none;align=center;verticalAlign=middle;rounded=0;fontStyle=1;fontSize=48;fontColor=light-dark(#7a7978, #ededed);" value="AVG. PRICE" vertex="1">
          <mxGeometry height="59" width="60" x="149" y="61" as="geometry" />
        </mxCell>
        <mxCell id="iMmVTYed4h1aN_pzg3ix-3" parent="1" style="text;html=1;whiteSpace=wrap;strokeColor=none;fillColor=none;align=center;verticalAlign=middle;rounded=0;fontStyle=1;fontSize=48;fontColor=light-dark(#7a7978, #ededed);" value="LTP" vertex="1">
          <mxGeometry height="59" width="60" x="418" y="61" as="geometry" />
        </mxCell>
        <mxCell id="iMmVTYed4h1aN_pzg3ix-4" parent="1" style="text;html=1;whiteSpace=wrap;strokeColor=none;fillColor=none;align=center;verticalAlign=middle;rounded=0;fontStyle=1;fontSize=48;fontColor=light-dark(#7a7978, #ededed);" value="PnL" vertex="1">
          <mxGeometry height="59" width="60" x="687" y="61" as="geometry" />
        </mxCell>
        <mxCell id="iMmVTYed4h1aN_pzg3ix-5" parent="1" style="text;html=1;whiteSpace=wrap;strokeColor=none;fillColor=none;align=center;verticalAlign=middle;rounded=0;fontSize=36;fontStyle=1" value="100" vertex="1">
          <mxGeometry height="30" width="60" x="-120" y="211" as="geometry" />
        </mxCell>
        <mxCell id="iMmVTYed4h1aN_pzg3ix-6" parent="1" style="text;html=1;whiteSpace=wrap;strokeColor=none;fillColor=none;align=center;verticalAlign=middle;rounded=0;fontSize=36;fontStyle=1" value="36.40" vertex="1">
          <mxGeometry height="30" width="60" x="149" y="211" as="geometry" />
        </mxCell>
        <mxCell id="iMmVTYed4h1aN_pzg3ix-7" parent="1" style="text;html=1;whiteSpace=wrap;strokeColor=none;fillColor=none;align=center;verticalAlign=middle;rounded=0;fontSize=36;fontStyle=1" value="37.45" vertex="1">
          <mxGeometry height="30" width="60" x="418" y="211" as="geometry" />
        </mxCell>
        <mxCell id="iMmVTYed4h1aN_pzg3ix-8" parent="1" style="text;html=1;whiteSpace=wrap;strokeColor=none;fillColor=none;align=center;verticalAlign=middle;rounded=0;fontSize=36;fontStyle=1" value="100" vertex="1">
          <mxGeometry height="30" width="60" x="687" y="211" as="geometry" />
        </mxCell>
        <mxCell id="7si3vGMUa6yKKs87A3T9-2" edge="1" parent="1" source="7si3vGMUa6yKKs87A3T9-1" style="edgeStyle=orthogonalEdgeStyle;rounded=0;orthogonalLoop=1;jettySize=auto;html=1;exitX=0.5;exitY=0;exitDx=0;exitDy=0;entryX=0;entryY=0.5;entryDx=0;entryDy=0;" target="iMmVTYed4h1aN_pzg3ix-5">
          <mxGeometry relative="1" as="geometry">
            <Array as="points">
              <mxPoint x="-283" y="227" />
              <mxPoint x="-139" y="227" />
            </Array>
            <mxPoint x="-139.09090909090924" y="259.27272727272725" as="targetPoint" />
          </mxGeometry>
        </mxCell>
        <mxCell id="7si3vGMUa6yKKs87A3T9-1" parent="1" style="text;html=1;whiteSpace=wrap;strokeColor=none;fillColor=none;align=center;verticalAlign=middle;rounded=0;fontStyle=1" value="Red color if negative, blue color if positive" vertex="1">
          <mxGeometry height="70" width="129" x="-347" y="453" as="geometry" />
        </mxCell>
        <mxCell id="7si3vGMUa6yKKs87A3T9-4" edge="1" parent="1" source="7si3vGMUa6yKKs87A3T9-3" style="edgeStyle=orthogonalEdgeStyle;rounded=0;orthogonalLoop=1;jettySize=auto;html=1;entryX=0.5;entryY=1;entryDx=0;entryDy=0;" target="iMmVTYed4h1aN_pzg3ix-8">
          <mxGeometry relative="1" as="geometry" />
        </mxCell>
        <mxCell id="7si3vGMUa6yKKs87A3T9-3" parent="1" style="text;html=1;whiteSpace=wrap;strokeColor=none;fillColor=none;align=center;verticalAlign=middle;rounded=0;fontStyle=1" value="Red color if negative, blue color if positive" vertex="1">
          <mxGeometry height="70" width="129" x="681" y="398" as="geometry" />
        </mxCell>
        <mxCell id="7si3vGMUa6yKKs87A3T9-5" parent="1" style="text;html=1;whiteSpace=wrap;strokeColor=none;fillColor=none;align=center;verticalAlign=middle;rounded=0;" value="Will receive the following props:&lt;br&gt;netQuantity: number;&lt;br&gt;&lt;div&gt;averagePrice: number&lt;/div&gt;&lt;div&gt;ltp: number;&lt;/div&gt;" vertex="1">
          <mxGeometry height="101" width="203" x="-25" y="355" as="geometry" />
        </mxCell>
        <mxCell id="7si3vGMUa6yKKs87A3T9-6" parent="1" style="text;html=1;whiteSpace=wrap;strokeColor=none;fillColor=none;align=center;verticalAlign=middle;rounded=0;" value="PnL needs to be calculated by the component" vertex="1">
          <mxGeometry height="101" width="203" x="-21" y="482" as="geometry" />
        </mxCell>
        <mxCell id="7si3vGMUa6yKKs87A3T9-7" parent="1" style="text;html=1;whiteSpace=wrap;strokeColor=none;fillColor=none;align=center;verticalAlign=middle;rounded=0;fontStyle=1;fontSize=48;fontColor=light-dark(#7a7978, #ededed);" value="Net Qty." vertex="1">
          <mxGeometry height="59" width="60" x="-186" y="816" as="geometry" />
        </mxCell>
        <mxCell id="7si3vGMUa6yKKs87A3T9-8" parent="1" style="text;html=1;whiteSpace=wrap;strokeColor=none;fillColor=none;align=center;verticalAlign=middle;rounded=0;fontStyle=1;fontSize=48;fontColor=light-dark(#7a7978, #ededed);" value="AVG. PRICE" vertex="1">
          <mxGeometry height="59" width="60" x="83" y="805" as="geometry" />
        </mxCell>
        <mxCell id="7si3vGMUa6yKKs87A3T9-9" parent="1" style="text;html=1;whiteSpace=wrap;strokeColor=none;fillColor=none;align=center;verticalAlign=middle;rounded=0;fontStyle=1;fontSize=48;fontColor=light-dark(#7a7978, #ededed);" value="LTP" vertex="1">
          <mxGeometry height="59" width="60" x="352" y="805" as="geometry" />
        </mxCell>
        <mxCell id="7si3vGMUa6yKKs87A3T9-10" parent="1" style="text;html=1;whiteSpace=wrap;strokeColor=none;fillColor=none;align=center;verticalAlign=middle;rounded=0;fontStyle=1;fontSize=48;fontColor=light-dark(#7a7978, #ededed);" value="PnL" vertex="1">
          <mxGeometry height="59" width="60" x="621" y="805" as="geometry" />
        </mxCell>
        <mxCell id="7si3vGMUa6yKKs87A3T9-11" parent="1" style="text;html=1;whiteSpace=wrap;strokeColor=none;fillColor=none;align=center;verticalAlign=middle;rounded=0;fontSize=18;fontStyle=1" value="{props.netQuantity}" vertex="1">
          <mxGeometry height="30" width="60" x="-186" y="955" as="geometry" />
        </mxCell>
        <mxCell id="7si3vGMUa6yKKs87A3T9-12" parent="1" style="text;html=1;whiteSpace=wrap;strokeColor=none;fillColor=none;align=center;verticalAlign=middle;rounded=0;fontSize=18;fontStyle=1" value="&lt;div&gt;{props.averagePrice}&lt;/div&gt;" vertex="1">
          <mxGeometry height="30" width="60" x="83" y="955" as="geometry" />
        </mxCell>
        <mxCell id="7si3vGMUa6yKKs87A3T9-13" parent="1" style="text;html=1;whiteSpace=wrap;strokeColor=none;fillColor=none;align=center;verticalAlign=middle;rounded=0;fontSize=18;fontStyle=1" value="{props.ltp}" vertex="1">
          <mxGeometry height="30" width="60" x="352" y="955" as="geometry" />
        </mxCell>
        <mxCell id="7si3vGMUa6yKKs87A3T9-14" parent="1" style="text;html=1;whiteSpace=wrap;strokeColor=none;fillColor=none;align=center;verticalAlign=middle;rounded=0;fontSize=18;fontStyle=1" value="{pnl}" vertex="1">
          <mxGeometry height="30" width="60" x="621" y="955" as="geometry" />
        </mxCell>
        <mxCell id="ExlUUjPYo0Ii6ma58Pc_-1" parent="1" style="rounded=1;whiteSpace=wrap;html=1;" value="" vertex="1">
          <mxGeometry height="321" width="1253" x="-202" y="1234" as="geometry" />
        </mxCell>
        <mxCell id="ExlUUjPYo0Ii6ma58Pc_-2" parent="1" style="text;html=1;whiteSpace=wrap;strokeColor=none;fillColor=none;align=center;verticalAlign=middle;rounded=0;fontStyle=1;fontSize=48;fontColor=light-dark(#7a7978, #ededed);" value="Total Margin" vertex="1">
          <mxGeometry height="59" width="168" x="-154" y="1292" as="geometry" />
        </mxCell>
        <mxCell id="ExlUUjPYo0Ii6ma58Pc_-3" parent="1" style="text;html=1;whiteSpace=wrap;strokeColor=none;fillColor=none;align=center;verticalAlign=middle;rounded=0;fontStyle=1;fontSize=48;fontColor=light-dark(#7a7978, #ededed);" value="Utilized Margin" vertex="1">
          <mxGeometry height="59" width="168" x="330" y="1295" as="geometry" />
        </mxCell>
        <mxCell id="ExlUUjPYo0Ii6ma58Pc_-4" parent="1" style="text;html=1;whiteSpace=wrap;strokeColor=none;fillColor=none;align=center;verticalAlign=middle;rounded=0;fontStyle=1;fontSize=48;fontColor=light-dark(#7a7978, #ededed);" value="Net Margin" vertex="1">
          <mxGeometry height="59" width="168" x="813" y="1289" as="geometry" />
        </mxCell>
        <mxCell id="ExlUUjPYo0Ii6ma58Pc_-5" parent="1" style="text;html=1;whiteSpace=wrap;strokeColor=none;fillColor=none;align=center;verticalAlign=middle;rounded=0;fontSize=42;" value="₹2000" vertex="1">
          <mxGeometry height="30" width="60" x="-100" y="1412" as="geometry" />
        </mxCell>
        <mxCell id="ExlUUjPYo0Ii6ma58Pc_-7" parent="1" style="text;html=1;whiteSpace=wrap;strokeColor=none;fillColor=none;align=center;verticalAlign=middle;rounded=0;fontSize=42;" value="₹200" vertex="1">
          <mxGeometry height="30" width="60" x="384" y="1412" as="geometry" />
        </mxCell>
        <mxCell id="ExlUUjPYo0Ii6ma58Pc_-8" parent="1" style="text;html=1;whiteSpace=wrap;strokeColor=none;fillColor=none;align=center;verticalAlign=middle;rounded=0;fontSize=42;" value="₹1800" vertex="1">
          <mxGeometry height="30" width="60" x="867" y="1412" as="geometry" />
        </mxCell>
        <mxCell id="ExlUUjPYo0Ii6ma58Pc_-9" parent="1" style="html=1;shadow=0;dashed=0;shape=mxgraph.bootstrap.rrect;rSize=5;fillColor=#E9ECEF;strokeColor=none;" value="" vertex="1">
          <mxGeometry height="20" width="800" x="24.5" y="1507" as="geometry" />
        </mxCell>
        <mxCell id="ExlUUjPYo0Ii6ma58Pc_-10" parent="ExlUUjPYo0Ii6ma58Pc_-9" style="html=1;shadow=0;dashed=0;shape=mxgraph.bootstrap.leftButton;rSize=5;fillColor=#1CA5B8;strokeColor=none;resizeHeight=1;" value="" vertex="1">
          <mxGeometry height="20" relative="1" width="250" as="geometry" />
        </mxCell>
        <mxCell id="ExlUUjPYo0Ii6ma58Pc_-11" parent="1" style="text;html=1;whiteSpace=wrap;strokeColor=none;fillColor=none;align=center;verticalAlign=middle;rounded=0;fontSize=24;" value="The max value on the progress bar is the total margin and the filled in part is the utilized margin" vertex="1">
          <mxGeometry height="92" width="269" x="175" y="1620" as="geometry" />
        </mxCell>
        <mxCell id="ExlUUjPYo0Ii6ma58Pc_-12" edge="1" parent="1" source="ExlUUjPYo0Ii6ma58Pc_-11" style="edgeStyle=orthogonalEdgeStyle;rounded=0;orthogonalLoop=1;jettySize=auto;html=1;exitX=0.5;exitY=0;exitDx=0;exitDy=0;entryX=0.412;entryY=0.999;entryDx=0;entryDy=0;entryPerimeter=0;" target="ExlUUjPYo0Ii6ma58Pc_-1">
          <mxGeometry relative="1" as="geometry" />
        </mxCell>
      </root>
    </mxGraphModel>
  </diagram>
  <diagram id="dmkDPsUycKQvBsQ4H3Di" name="Kite-Fly-Ticker-Architecture">
    <mxGraphModel dx="1357" dy="626" grid="0" gridSize="10" guides="1" tooltips="1" connect="1" arrows="1" fold="1" page="0" pageScale="1" pageWidth="402" pageHeight="874" math="0" shadow="0">
      <root>
        <mxCell id="0" />
        <mxCell id="1" parent="0" />
        <mxCell id="FDZGNOtkY16CQce4NqAR-3" edge="1" parent="1" source="FDZGNOtkY16CQce4NqAR-1" style="edgeStyle=orthogonalEdgeStyle;rounded=0;orthogonalLoop=1;jettySize=auto;html=1;" target="FDZGNOtkY16CQce4NqAR-2" value="">
          <mxGeometry relative="1" as="geometry" />
        </mxCell>
        <mxCell id="FDZGNOtkY16CQce4NqAR-1" parent="1" style="rounded=1;whiteSpace=wrap;html=1;" value="Client posts a request - for example:&lt;br&gt;&lt;div&gt;&lt;br&gt;&lt;/div&gt;&lt;br&gt;&lt;div&gt;fetch(&quot;http://localhost:3000/api/ltp&quot;, () =&amp;gt; {&lt;/div&gt;&lt;div&gt;method: &quot;POST&quot;,&lt;/div&gt;&lt;div&gt;body: JSON.stringify({&lt;/div&gt;&lt;div&gt;instrument: &quot;WIPRO&quot;,&lt;br&gt;ltp: 128.10&lt;/div&gt;&lt;div&gt;})&lt;/div&gt;&lt;div&gt;})&lt;br&gt;&lt;br&gt;The call is made from another site - for ex. https://kite.zerodha.com&lt;/div&gt;" vertex="1">
          <mxGeometry height="236" width="345" x="-33" y="45" as="geometry" />
        </mxCell>
        <mxCell id="FDZGNOtkY16CQce4NqAR-5" edge="1" parent="1" source="FDZGNOtkY16CQce4NqAR-2" style="edgeStyle=orthogonalEdgeStyle;rounded=0;orthogonalLoop=1;jettySize=auto;html=1;" target="FDZGNOtkY16CQce4NqAR-4" value="">
          <mxGeometry relative="1" as="geometry" />
        </mxCell>
        <mxCell id="FDZGNOtkY16CQce4NqAR-2" parent="1" style="whiteSpace=wrap;html=1;rounded=1;" value="SERVER" vertex="1">
          <mxGeometry height="60" width="120" x="504.5" y="98.5" as="geometry" />
        </mxCell>
        <mxCell id="FDZGNOtkY16CQce4NqAR-8" edge="1" parent="1" source="FDZGNOtkY16CQce4NqAR-4" style="edgeStyle=orthogonalEdgeStyle;rounded=0;orthogonalLoop=1;jettySize=auto;html=1;exitX=0.75;exitY=1;exitDx=0;exitDy=0;entryX=1;entryY=0.75;entryDx=0;entryDy=0;" target="FDZGNOtkY16CQce4NqAR-6">
          <mxGeometry relative="1" as="geometry" />
        </mxCell>
        <mxCell id="FDZGNOtkY16CQce4NqAR-4" parent="1" style="whiteSpace=wrap;html=1;rounded=1;" value="Websocket" vertex="1">
          <mxGeometry height="60" width="120" x="504.5" y="265" as="geometry" />
        </mxCell>
        <mxCell id="FDZGNOtkY16CQce4NqAR-7" edge="1" parent="1" source="FDZGNOtkY16CQce4NqAR-6" style="edgeStyle=orthogonalEdgeStyle;rounded=0;orthogonalLoop=1;jettySize=auto;html=1;entryX=0.5;entryY=1;entryDx=0;entryDy=0;" target="FDZGNOtkY16CQce4NqAR-4">
          <mxGeometry relative="1" as="geometry" />
        </mxCell>
        <mxCell id="FDZGNOtkY16CQce4NqAR-6" parent="1" style="rounded=1;whiteSpace=wrap;html=1;" value="On another client,&lt;div&gt;new Websocket()&lt;/div&gt;// receive the data which is sent from /api/ltp" vertex="1">
          <mxGeometry height="167" width="345" x="1" y="392" as="geometry" />
        </mxCell>
      </root>
    </mxGraphModel>
  </diagram>
</mxfile>
